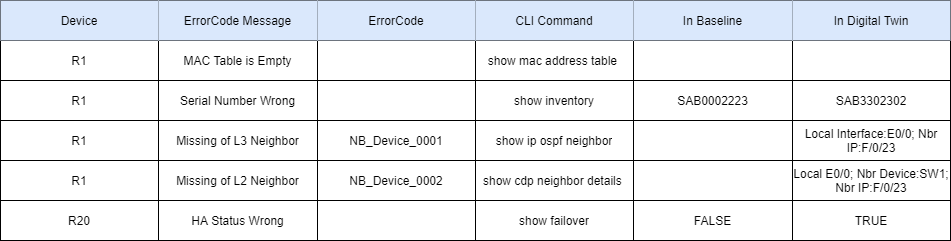
This is Platform Certification Guidance/images/Device Error Report.png from PlatformCertification/Certification-IEv10.0, a draw.io export, as it was before one commit. Source tidied: cells renumbered, new cells last; positions are measured from the earlier drawing's top-left corner, leaving out a move shared by most shapes.
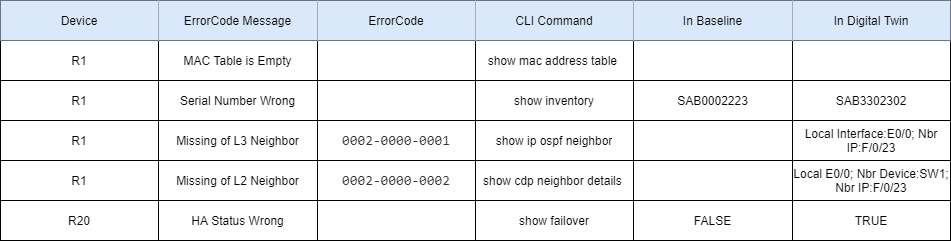
The same file after the commit.

Diff of the diagram source:
```diff
@@ -77,7 +77,7 @@
     <mxCell id="26" value="Missing of L3 Neighbor" style="shape=partialRectangle;html=1;whiteSpace=wrap;overflow=hidden;fillColor=none;top=0;left=0;bottom=0;right=0;" parent="24" vertex="1">
       <mxGeometry x="158" width="159" height="40" as="geometry" />
     </mxCell>
-    <mxCell id="27" value="NB_Device_0001" style="shape=partialRectangle;html=1;whiteSpace=wrap;overflow=hidden;fillColor=none;top=0;left=0;bottom=0;right=0;" parent="24" vertex="1">
+    <mxCell id="27" value="&lt;div style=&quot;color: rgb(51 , 51 , 51) ; font-family: &amp;#34;consolas&amp;#34; , &amp;#34;courier new&amp;#34; , monospace ; font-size: 14px ; line-height: 19px&quot;&gt;&lt;span style=&quot;background-color: rgb(255 , 255 , 255)&quot;&gt;0002-0000-0001&lt;/span&gt;&lt;/div&gt;" style="shape=partialRectangle;html=1;whiteSpace=wrap;overflow=hidden;fillColor=none;top=0;left=0;bottom=0;right=0;" parent="24" vertex="1">
       <mxGeometry x="317" width="158" height="40" as="geometry" />
     </mxCell>
     <mxCell id="28" value="show ip ospf neighbor" style="shape=partialRectangle;html=1;whiteSpace=wrap;overflow=hidden;fillColor=none;top=0;left=0;bottom=0;right=0;" parent="24" vertex="1">
@@ -98,7 +98,7 @@
     <mxCell id="33" value="Missing of L2 Neighbor" style="shape=partialRectangle;html=1;whiteSpace=wrap;overflow=hidden;fillColor=none;top=0;left=0;bottom=0;right=0;" parent="31" vertex="1">
       <mxGeometry x="158" width="159" height="40" as="geometry" />
     </mxCell>
-    <mxCell id="34" value="NB_Device_0002" style="shape=partialRectangle;html=1;whiteSpace=wrap;overflow=hidden;fillColor=none;top=0;left=0;bottom=0;right=0;" parent="31" vertex="1">
+    <mxCell id="34" value="&lt;div style=&quot;color: rgb(51 , 51 , 51) ; font-family: &amp;#34;consolas&amp;#34; , &amp;#34;courier new&amp;#34; , monospace ; font-size: 14px ; line-height: 19px&quot;&gt;&lt;span style=&quot;background-color: rgb(255 , 255 , 255)&quot;&gt;0002-0000-0002&lt;/span&gt;&lt;/div&gt;" style="shape=partialRectangle;html=1;whiteSpace=wrap;overflow=hidden;fillColor=none;top=0;left=0;bottom=0;right=0;" parent="31" vertex="1">
       <mxGeometry x="317" width="158" height="40" as="geometry" />
     </mxCell>
     <mxCell id="35" value="show cdp neighbor details&amp;nbsp;" style="shape=partialRectangle;html=1;whiteSpace=wrap;overflow=hidden;fillColor=none;top=0;left=0;bottom=0;right=0;" parent="31" vertex="1">
```
